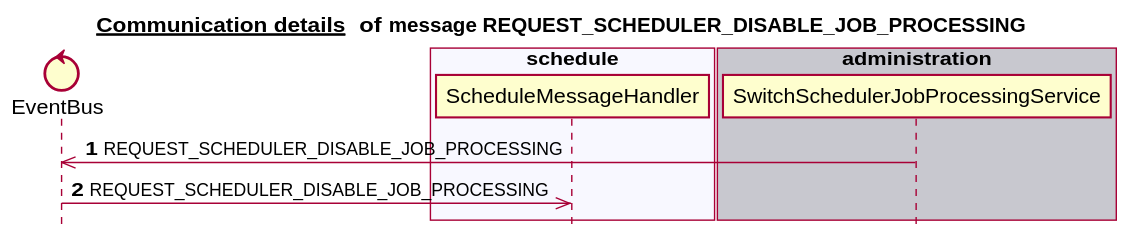
This is docs/latest/images/gen_domain_messaging_request_scheduler_disable_job_processing.svg from mercedes-benz/sechub, a PlantUML export, as it was before one commit.
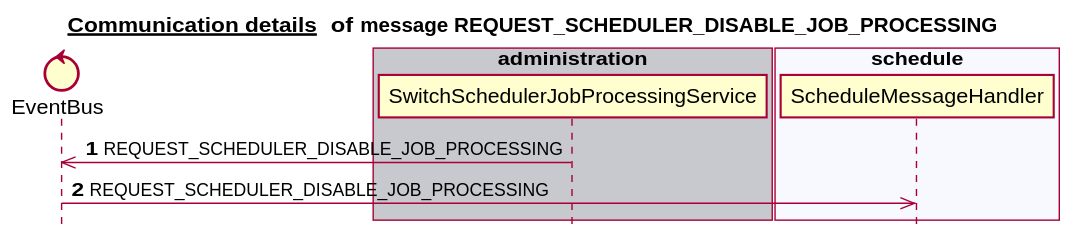
After the commit.

Change to the diagram source:
```diff
@@ -6,17 +6,17 @@
 
 
 control EventBus
-box "scan" #C8C8CF
+box "authorization" #C8C8CF
+end box
+box "scan" #F8F8FF
+end box
+box "administration" #C8C8CF
+   participant SwitchSchedulerJobProcessingService
 end box
 box "schedule" #F8F8FF
    participant ScheduleMessageHandler
 end box
-box "authorization" #C8C8CF
-end box
-box "notification" #F8F8FF
-end box
-box "administration" #C8C8CF
-   participant SwitchSchedulerJobProcessingService
+box "notification" #C8C8CF
 end box
 autonumber 1
 SwitchSchedulerJobProcessingService ->> EventBus:REQUEST_SCHEDULER_DISABLE_JOB_PROCESSING
```
